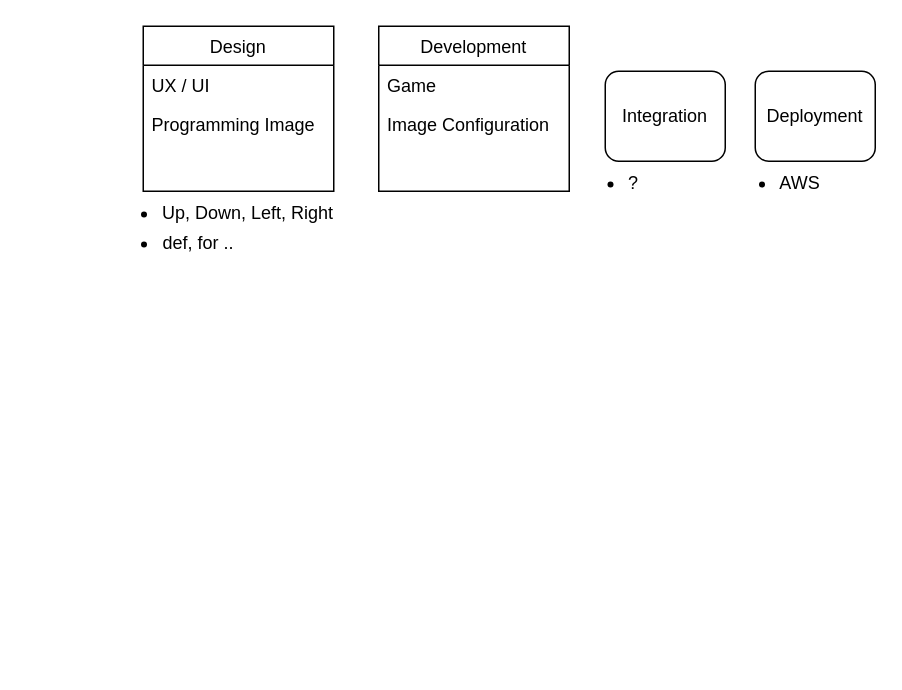
Before: Final_pjt1/workflow.drawio in lhshs/Genia, a draw.io diagram. Source tidied: cells renumbered, new cells numbered last; positions are measured from the earlier drawing's top-left corner, leaving out a move shared by most shapes. Both pictures are drawn from the tidied source at 150%, with x=0, y=0 at pixel (86, 26).
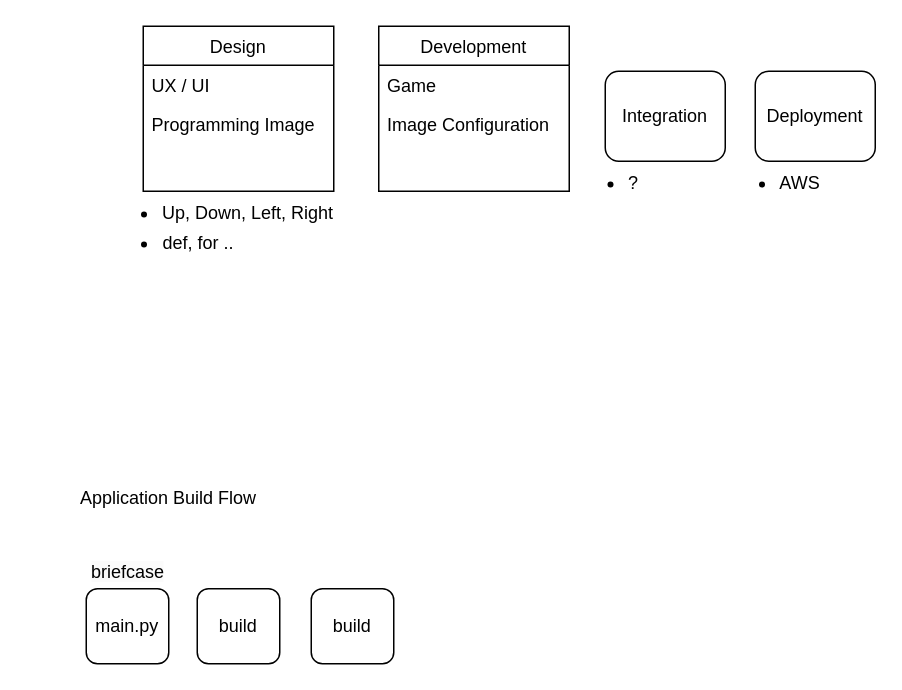
After the change.

Diff of the diagram source:
```diff
@@
 <mxGraphModel>
   <root>
     <mxCell id="0" />
     <mxCell id="1" parent="0" />
     <mxCell id="2" value="Design" style="swimlane;fontStyle=0;align=center;verticalAlign=top;horizontal=1;startSize=26;rounded=0;shadow=0;strokeWidth=1;" parent="1" vertex="1">
       <mxGeometry x="38" width="127" height="110" as="geometry" />
     </mxCell>
     <mxCell id="3" value="UX / UI" style="text;align=left;verticalAlign=top;spacingLeft=4;spacingRight=4;overflow=hidden;" parent="2" vertex="1">
       <mxGeometry y="26" width="127" height="26" as="geometry" />
     </mxCell>
     <mxCell id="4" value="Programming Image" style="text;align=left;verticalAlign=top;spacingLeft=4;spacingRight=4;overflow=hidden;" parent="2" vertex="1">
       <mxGeometry y="52" width="127" height="26" as="geometry" />
     </mxCell>
     <mxCell id="5" value="Development" style="swimlane;fontStyle=0;align=center;verticalAlign=top;horizontal=1;startSize=26;rounded=0;shadow=0;strokeWidth=1;" parent="1" vertex="1">
       <mxGeometry x="195" width="127" height="110" as="geometry" />
     </mxCell>
     <mxCell id="6" value="Game" style="text;align=left;verticalAlign=top;spacingLeft=4;spacingRight=4;overflow=hidden;" parent="5" vertex="1">
       <mxGeometry y="26" width="127" height="26" as="geometry" />
     </mxCell>
     <mxCell id="7" value="Image Configuration" style="text;align=left;verticalAlign=top;spacingLeft=4;spacingRight=4;overflow=hidden;" parent="5" vertex="1">
       <mxGeometry y="52" width="127" height="26" as="geometry" />
     </mxCell>
     <mxCell id="8" value="Integration" style="rounded=1;whiteSpace=wrap;html=1;" parent="1" vertex="1">
       <mxGeometry x="346" y="30" width="80" height="60" as="geometry" />
     </mxCell>
     <mxCell id="9" value="Deployment" style="rounded=1;whiteSpace=wrap;html=1;" parent="1" vertex="1">
       <mxGeometry x="446" y="30" width="80" height="60" as="geometry" />
     </mxCell>
     <mxCell id="10" value="&lt;ul&gt;&lt;li&gt;AWS&lt;/li&gt;&lt;/ul&gt;" style="text;html=1;strokeColor=none;fillColor=none;align=center;verticalAlign=middle;whiteSpace=wrap;rounded=0;" parent="1" vertex="1">
       <mxGeometry x="426" y="90" width="60" height="30" as="geometry" />
     </mxCell>
     <mxCell id="11" value="&lt;ul&gt;&lt;li&gt;?&lt;/li&gt;&lt;/ul&gt;" style="text;html=1;strokeColor=none;fillColor=none;align=center;verticalAlign=middle;whiteSpace=wrap;rounded=0;" parent="1" vertex="1">
       <mxGeometry x="315" y="90" width="60" height="30" as="geometry" />
     </mxCell>
     <mxCell id="12" value="&lt;ul&gt;&lt;li&gt;Up, Down, Left, Right&lt;/li&gt;&lt;/ul&gt;" style="text;html=1;strokeColor=none;fillColor=none;align=center;verticalAlign=middle;whiteSpace=wrap;rounded=0;" parent="1" vertex="1">
       <mxGeometry x="8" y="110" width="160" height="30" as="geometry" />
     </mxCell>
     <mxCell id="13" value="&lt;ul&gt;&lt;li&gt;def, for ..&lt;/li&gt;&lt;/ul&gt;" style="text;html=1;strokeColor=none;fillColor=none;align=center;verticalAlign=middle;whiteSpace=wrap;rounded=0;" parent="1" vertex="1">
       <mxGeometry y="130" width="110" height="30" as="geometry" />
     </mxCell>
+    <mxCell id="14" value="Application Build Flow" style="text;html=1;strokeColor=none;fillColor=none;align=center;verticalAlign=middle;whiteSpace=wrap;rounded=0;" parent="1" vertex="1">
+      <mxGeometry x="-40" y="300" width="190" height="30" as="geometry" />
+    </mxCell>
+    <mxCell id="15" value="main.py" style="rounded=1;whiteSpace=wrap;html=1;" parent="1" vertex="1">
+      <mxGeometry y="375" width="55" height="50" as="geometry" />
+    </mxCell>
+    <mxCell id="16" value="&lt;span style=&quot;color: rgb(0, 0, 0); font-family: Helvetica; font-size: 12px; font-style: normal; font-variant-ligatures: normal; font-variant-caps: normal; font-weight: 400; letter-spacing: normal; orphans: 2; text-indent: 0px; text-transform: none; widows: 2; word-spacing: 0px; -webkit-text-stroke-width: 0px; background-color: rgb(251, 251, 251); text-decoration-thickness: initial; text-decoration-style: initial; text-decoration-color: initial; float: none; display: inline !important;&quot;&gt;briefcase&lt;/span&gt;" style="text;whiteSpace=wrap;html=1;align=center;" parent="1" vertex="1">
+      <mxGeometry x="2.5" y="350" width="50" height="25" as="geometry" />
+    </mxCell>
+    <mxCell id="17" value="build" style="rounded=1;whiteSpace=wrap;html=1;" parent="1" vertex="1">
+      <mxGeometry x="74" y="375" width="55" height="50" as="geometry" />
+    </mxCell>
+    <mxCell id="18" value="build" style="rounded=1;whiteSpace=wrap;html=1;" parent="1" vertex="1">
+      <mxGeometry x="150" y="375" width="55" height="50" as="geometry" />
+    </mxCell>
   </root>
 </mxGraphModel>
```
